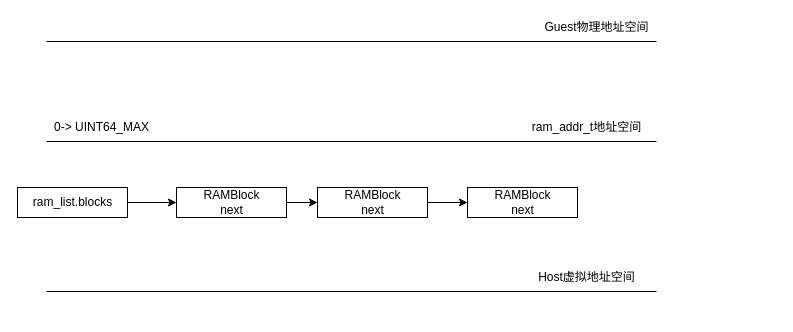
Above: page "RAMBlock结构" (2 of 3) of QEMU/QEMU-MEMORY.drawio in youtubezou/A-thinking-in-linux (draw.io), before the change. Source tidied: cells renumbered, new cells numbered last; positions are measured from the earlier drawing's top-left corner, leaving out a move shared by most shapes. Both pictures are drawn from the tidied source at 100%, with x=0, y=0 at pixel (17, 17).
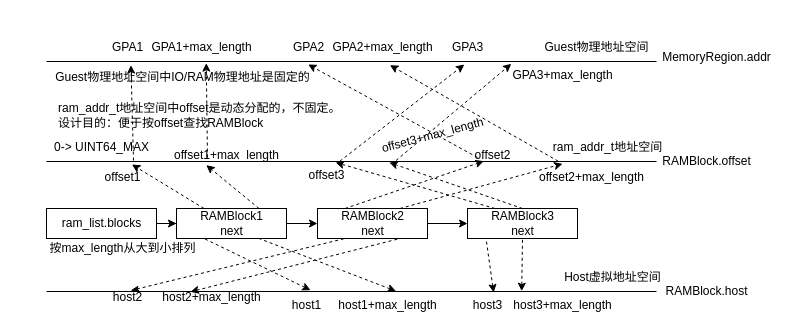
After the change.

The change refers to these unchanged cells:
```xml
<mxCell id="5" style="line;strokeWidth=1;fillColor=none;align=left;verticalAlign=middle;spacingTop=-1;spacingLeft=3;spacingRight=3;labelPosition=right;points=[];portConstraint=eastwest;" parent="1" vertex="1">
  <mxGeometry x="29" y="270" width="610" height="8" as="geometry" />
</mxCell>
```

The edit, as a diff of the source:
```diff
@@
     <mxCell id="2" style="line;strokeWidth=1;fillColor=none;align=left;verticalAlign=middle;spacingTop=-1;spacingLeft=3;spacingRight=3;labelPosition=right;points=[];portConstraint=eastwest;" parent="1" vertex="1">
-      <mxGeometry x="29" y="120" width="610" height="8" as="geometry" />
+      <mxGeometry x="29" y="140" width="610" height="8" as="geometry" />
     </mxCell>
     <mxCell id="3" value="0-&amp;gt; UINT64_MAX" style="text;html=1;align=center;verticalAlign=middle;points=[];strokeColor=none;fillColor=none;" parent="1" vertex="1">
-      <mxGeometry x="29" y="100" width="110" height="20" as="geometry" />
+      <mxGeometry x="29" y="120" width="110" height="20" as="geometry" />
     </mxCell>
     <mxCell id="4" value="ram_addr_t地址空间" style="text;html=1;align=center;verticalAlign=middle;points=[];strokeColor=none;fillColor=none;" parent="1" vertex="1">
-      <mxGeometry x="509" y="100" width="120" height="20" as="geometry" />
+      <mxGeometry x="530" y="120" width="120" height="20" as="geometry" />
     </mxCell>
@@
     <mxCell id="6" value="Host虚拟地址空间" style="text;html=1;align=center;verticalAlign=middle;strokeColor=none;fillColor=none;" parent="1" vertex="1">
-      <mxGeometry x="514" y="250" width="110" height="20" as="geometry" />
+      <mxGeometry x="540" y="250" width="110" height="20" as="geometry" />
     </mxCell>
@@
     <mxCell id="8" value="ram_list.blocks" style="html=1;fillColor=none;" parent="1" vertex="1">
-      <mxGeometry y="170" width="110" height="30" as="geometry" />
+      <mxGeometry x="29" y="191" width="110" height="30" as="geometry" />
     </mxCell>
@@
-    <mxCell id="10" value="RAMBlock&lt;br&gt;next" style="html=1;fillColor=none;" parent="1" vertex="1">
-      <mxGeometry x="159" y="170" width="110" height="30" as="geometry" />
+    <mxCell id="10" value="RAMBlock1&lt;br&gt;next" style="html=1;fillColor=none;" parent="1" vertex="1">
+      <mxGeometry x="159" y="191" width="110" height="30" as="geometry" />
     </mxCell>
     <mxCell id="11" style="line;strokeWidth=1;fillColor=none;align=left;verticalAlign=middle;spacingTop=-1;spacingLeft=3;spacingRight=3;labelPosition=right;points=[];portConstraint=eastwest;" parent="1" vertex="1">
-      <mxGeometry x="29" y="20" width="610" height="8" as="geometry" />
+      <mxGeometry x="29" y="40" width="610" height="8" as="geometry" />
     </mxCell>
     <mxCell id="12" value="Guest物理地址空间" style="text;html=1;align=center;verticalAlign=middle;strokeColor=none;fillColor=none;" parent="1" vertex="1">
-      <mxGeometry x="519" width="120" height="20" as="geometry" />
+      <mxGeometry x="519" y="20" width="120" height="20" as="geometry" />
     </mxCell>
@@
-    <mxCell id="14" value="RAMBlock&lt;br&gt;next" style="html=1;fillColor=none;" parent="1" vertex="1">
-      <mxGeometry x="300" y="170" width="110" height="30" as="geometry" />
+    <mxCell id="14" value="RAMBlock2&lt;br&gt;next" style="html=1;fillColor=none;" parent="1" vertex="1">
+      <mxGeometry x="300" y="191" width="110" height="30" as="geometry" />
     </mxCell>
-    <mxCell id="15" value="RAMBlock&lt;br&gt;next" style="html=1;fillColor=none;" parent="1" vertex="1">
-      <mxGeometry x="450" y="170" width="110" height="30" as="geometry" />
+    <mxCell id="15" value="RAMBlock3&lt;br&gt;next" style="html=1;fillColor=none;" parent="1" vertex="1">
+      <mxGeometry x="450" y="191" width="110" height="30" as="geometry" />
     </mxCell>
+    <mxCell id="16" style="endArrow=none;html=1;rounded=0;exitX=0.433;exitY=0.708;exitDx=0;exitDy=0;exitPerimeter=0;entryX=0.25;entryY=1;entryDx=0;entryDy=0;dashed=1;startArrow=classic;startFill=1;" parent="1" edge="1" target="10">
+      <mxGeometry relative="1" as="geometry">
+        <mxPoint x="293.1" y="272.7" as="sourcePoint" />
+      </mxGeometry>
+    </mxCell>
+    <mxCell id="17" style="endArrow=none;html=1;rounded=0;exitX=0.573;exitY=0.458;exitDx=0;exitDy=0;exitPerimeter=0;entryX=0.75;entryY=1;entryDx=0;entryDy=0;dashed=1;startArrow=classic;startFill=1;" parent="1" edge="1" source="5" target="10">
+      <mxGeometry relative="1" as="geometry" />
+    </mxCell>
+    <mxCell id="18" value="host1" style="text;html=1;align=center;verticalAlign=middle;strokeColor=none;fillColor=none;" parent="1" vertex="1">
+      <mxGeometry x="269" y="278" width="40" height="20" as="geometry" />
+    </mxCell>
+    <mxCell id="19" value="host1+max_length" style="text;html=1;align=center;verticalAlign=middle;strokeColor=none;fillColor=none;" parent="1" vertex="1">
+      <mxGeometry x="315" y="278" width="110" height="20" as="geometry" />
+    </mxCell>
+    <mxCell id="20" style="endArrow=none;html=1;rounded=0;exitX=0.138;exitY=0.375;exitDx=0;exitDy=0;exitPerimeter=0;dashed=1;startArrow=classicThin;startFill=1;entryX=0.25;entryY=1;entryDx=0;entryDy=0;" parent="1" edge="1" source="5" target="14">
+      <mxGeometry relative="1" as="geometry" />
+    </mxCell>
+    <mxCell id="21" style="endArrow=none;html=1;rounded=0;exitX=0.236;exitY=0.542;exitDx=0;exitDy=0;exitPerimeter=0;entryX=0.75;entryY=1;entryDx=0;entryDy=0;dashed=1;startArrow=classic;startFill=1;" parent="1" edge="1" source="5" target="14">
+      <mxGeometry relative="1" as="geometry" />
+    </mxCell>
+    <mxCell id="22" value="host2" style="text;html=1;align=center;verticalAlign=middle;strokeColor=none;fillColor=none;" parent="1" vertex="1">
+      <mxGeometry x="90" y="270" width="40" height="20" as="geometry" />
+    </mxCell>
+    <mxCell id="23" value="host2+max_length" style="text;html=1;align=center;verticalAlign=middle;strokeColor=none;fillColor=none;" parent="1" vertex="1">
+      <mxGeometry x="139" y="270" width="110" height="20" as="geometry" />
+    </mxCell>
+    <mxCell id="24" style="endArrow=none;html=1;rounded=0;entryX=0.17;entryY=1.033;entryDx=0;entryDy=0;entryPerimeter=0;exitX=0.733;exitY=0.625;exitDx=0;exitDy=0;exitPerimeter=0;startArrow=classic;startFill=1;dashed=1;" parent="1" edge="1" source="5" target="15">
+      <mxGeometry relative="1" as="geometry" />
+    </mxCell>
+    <mxCell id="25" style="endArrow=none;html=1;rounded=0;entryX=0.5;entryY=1;entryDx=0;entryDy=0;startArrow=classic;startFill=1;dashed=1;exitX=0.779;exitY=0.458;exitDx=0;exitDy=0;exitPerimeter=0;" parent="1" edge="1" source="5" target="15">
+      <mxGeometry relative="1" as="geometry" />
+    </mxCell>
+    <mxCell id="26" value="host3" style="text;html=1;align=center;verticalAlign=middle;strokeColor=none;fillColor=none;" parent="1" vertex="1">
+      <mxGeometry x="450" y="278" width="40" height="20" as="geometry" />
+    </mxCell>
+    <mxCell id="27" value="host3+max_length" style="text;html=1;align=center;verticalAlign=middle;strokeColor=none;fillColor=none;" parent="1" vertex="1">
+      <mxGeometry x="490" y="278" width="110" height="20" as="geometry" />
+    </mxCell>
+    <mxCell id="28" value="按max_length从大到小排列" style="text;html=1;align=center;verticalAlign=middle;strokeColor=none;fillColor=none;" parent="1" vertex="1">
+      <mxGeometry x="25" y="221" width="160" height="20" as="geometry" />
+    </mxCell>
+    <mxCell id="29" style="endArrow=classic;html=1;rounded=0;dashed=1;exitX=0.25;exitY=0;exitDx=0;exitDy=0;entryX=0.14;entryY=0.875;entryDx=0;entryDy=0;entryPerimeter=0;" parent="1" edge="1" source="10" target="2">
+      <mxGeometry relative="1" as="geometry" />
+    </mxCell>
+    <mxCell id="30" value="offset1" style="text;html=1;align=center;verticalAlign=middle;strokeColor=none;fillColor=none;" parent="1" vertex="1">
+      <mxGeometry x="80" y="150" width="50" height="20" as="geometry" />
+    </mxCell>
+    <mxCell id="31" style="endArrow=classic;html=1;rounded=0;dashed=1;exitX=0.75;exitY=0;exitDx=0;exitDy=0;entryX=0.262;entryY=0.958;entryDx=0;entryDy=0;entryPerimeter=0;" parent="1" edge="1" source="10" target="2">
+      <mxGeometry relative="1" as="geometry" />
+    </mxCell>
+    <mxCell id="32" value="offset1+max_length" style="text;html=1;align=center;verticalAlign=middle;strokeColor=none;fillColor=none;" parent="1" vertex="1">
+      <mxGeometry x="149" y="128" width="120" height="20" as="geometry" />
+    </mxCell>
+    <mxCell id="33" style="endArrow=classic;html=1;rounded=0;dashed=1;exitX=0.25;exitY=0;exitDx=0;exitDy=0;entryX=0.717;entryY=0.458;entryDx=0;entryDy=0;entryPerimeter=0;" parent="1" edge="1" source="14" target="2">
+      <mxGeometry relative="1" as="geometry" />
+    </mxCell>
+    <mxCell id="34" style="endArrow=classic;html=1;rounded=0;dashed=1;exitX=0.75;exitY=0;exitDx=0;exitDy=0;entryX=0.846;entryY=0.792;entryDx=0;entryDy=0;entryPerimeter=0;" parent="1" edge="1" source="14" target="2">
+      <mxGeometry relative="1" as="geometry" />
+    </mxCell>
+    <mxCell id="35" value="offset2" style="text;html=1;align=center;verticalAlign=middle;strokeColor=none;fillColor=none;" parent="1" vertex="1">
+      <mxGeometry x="450" y="128" width="50" height="20" as="geometry" />
+    </mxCell>
+    <mxCell id="36" value="offset2+max_length" style="text;html=1;align=center;verticalAlign=middle;strokeColor=none;fillColor=none;" parent="1" vertex="1">
+      <mxGeometry x="514" y="150" width="120" height="20" as="geometry" />
+    </mxCell>
+    <mxCell id="37" style="endArrow=classic;html=1;rounded=0;dashed=1;exitX=0.25;exitY=0;exitDx=0;exitDy=0;entryX=0.474;entryY=0.625;entryDx=0;entryDy=0;entryPerimeter=0;" parent="1" edge="1" source="15" target="2">
+      <mxGeometry relative="1" as="geometry" />
+    </mxCell>
+    <mxCell id="38" style="endArrow=classic;html=1;rounded=0;dashed=1;exitX=0.5;exitY=0;exitDx=0;exitDy=0;entryX=0.562;entryY=0.625;entryDx=0;entryDy=0;entryPerimeter=0;" parent="1" edge="1" source="15" target="2">
+      <mxGeometry relative="1" as="geometry" />
+    </mxCell>
+    <mxCell id="39" value="offset3" style="text;html=1;align=center;verticalAlign=middle;strokeColor=none;fillColor=none;" parent="1" vertex="1">
+      <mxGeometry x="284" y="148" width="50" height="20" as="geometry" />
+    </mxCell>
+    <mxCell id="40" value="offset3+max_length" style="text;html=1;align=center;verticalAlign=middle;strokeColor=none;fillColor=none;rotation=-15;" parent="1" vertex="1">
+      <mxGeometry x="355" y="108" width="120" height="20" as="geometry" />
+    </mxCell>
+    <mxCell id="41" value="ram_addr_t地址空间中offset是动态分配的，不固定。&lt;br&gt;设计目的：便于按offset查找RAMBlock" style="text;html=1;align=left;verticalAlign=middle;strokeColor=none;fillColor=none;" parent="1" vertex="1">
+      <mxGeometry x="39" y="83" width="300" height="30" as="geometry" />
+    </mxCell>
+    <mxCell id="42" value="Guest物理地址空间中IO/RAM物理地址是固定的" style="text;html=1;align=center;verticalAlign=middle;points=[];strokeColor=none;fillColor=none;" parent="1" vertex="1">
+      <mxGeometry x="30" y="50" width="270" height="20" as="geometry" />
+    </mxCell>
+    <mxCell id="43" style="endArrow=classic;html=1;rounded=0;dashed=1;exitX=0.791;exitY=1.15;exitDx=0;exitDy=0;exitPerimeter=0;entryX=0.309;entryY=-0.117;entryDx=0;entryDy=0;entryPerimeter=0;" parent="1" edge="1" source="3" target="42">
+      <mxGeometry relative="1" as="geometry" />
+    </mxCell>
+    <mxCell id="44" style="endArrow=classic;html=1;rounded=0;dashed=1;entryX=0.588;entryY=-0.217;entryDx=0;entryDy=0;entryPerimeter=0;" parent="1" edge="1" target="42">
+      <mxGeometry relative="1" as="geometry">
+        <mxPoint x="190" y="140" as="sourcePoint" />
+      </mxGeometry>
+    </mxCell>
+    <mxCell id="45" value="GPA1" style="text;html=1;align=center;verticalAlign=middle;strokeColor=none;fillColor=none;" parent="1" vertex="1">
+      <mxGeometry x="85" y="20" width="50" height="20" as="geometry" />
+    </mxCell>
+    <mxCell id="46" value="GPA1+max_length" style="text;html=1;align=center;verticalAlign=middle;strokeColor=none;fillColor=none;" parent="1" vertex="1">
+      <mxGeometry x="124" y="20" width="120" height="20" as="geometry" />
+    </mxCell>
+    <mxCell id="47" style="endArrow=classic;html=1;rounded=0;dashed=1;entryX=0.429;entryY=0.875;entryDx=0;entryDy=0;entryPerimeter=0;" parent="1" edge="1" target="11">
+      <mxGeometry relative="1" as="geometry">
+        <mxPoint x="460" y="140" as="sourcePoint" />
+      </mxGeometry>
+    </mxCell>
+    <mxCell id="48" style="endArrow=classic;html=1;rounded=0;dashed=1;exitX=0.089;exitY=1.183;exitDx=0;exitDy=0;exitPerimeter=0;entryX=0.563;entryY=0.958;entryDx=0;entryDy=0;entryPerimeter=0;" parent="1" edge="1" source="4" target="11">
+      <mxGeometry relative="1" as="geometry" />
+    </mxCell>
+    <mxCell id="49" value="GPA2" style="text;html=1;align=center;verticalAlign=middle;strokeColor=none;fillColor=none;" parent="1" vertex="1">
+      <mxGeometry x="266" y="20" width="50" height="20" as="geometry" />
+    </mxCell>
+    <mxCell id="50" value="GPA2+max_length" style="text;html=1;align=center;verticalAlign=middle;strokeColor=none;fillColor=none;" parent="1" vertex="1">
+      <mxGeometry x="305" y="20" width="120" height="20" as="geometry" />
+    </mxCell>
+    <mxCell id="51" style="endArrow=classic;html=1;rounded=0;dashed=1;exitX=0.481;exitY=0.458;exitDx=0;exitDy=0;exitPerimeter=0;entryX=0.685;entryY=0.875;entryDx=0;entryDy=0;entryPerimeter=0;" parent="1" edge="1" source="2" target="11">
+      <mxGeometry relative="1" as="geometry" />
+    </mxCell>
+    <mxCell id="52" style="endArrow=classic;html=1;rounded=0;dashed=1;exitX=0.573;exitY=0.375;exitDx=0;exitDy=0;exitPerimeter=0;entryX=0.762;entryY=0.792;entryDx=0;entryDy=0;entryPerimeter=0;" parent="1" edge="1" source="2" target="11">
+      <mxGeometry relative="1" as="geometry" />
+    </mxCell>
+    <mxCell id="53" value="GPA3" style="text;html=1;align=center;verticalAlign=middle;strokeColor=none;fillColor=none;" parent="1" vertex="1">
+      <mxGeometry x="425" y="20" width="50" height="20" as="geometry" />
+    </mxCell>
+    <mxCell id="54" value="GPA3+max_length" style="text;html=1;align=center;verticalAlign=middle;strokeColor=none;fillColor=none;" parent="1" vertex="1">
+      <mxGeometry x="485" y="48" width="120" height="20" as="geometry" />
+    </mxCell>
+    <mxCell id="55" value="MemoryRegion.addr" style="text;html=1;align=center;verticalAlign=middle;strokeColor=none;fillColor=none;" parent="1" vertex="1">
+      <mxGeometry x="639" y="30" width="120" height="20" as="geometry" />
+    </mxCell>
+    <mxCell id="56" value="RAMBlock.offset" style="text;html=1;align=center;verticalAlign=middle;strokeColor=none;fillColor=none;" parent="1" vertex="1">
+      <mxGeometry x="639" y="134" width="100" height="20" as="geometry" />
+    </mxCell>
+    <mxCell id="57" value="RAMBlock.host" style="text;html=1;align=center;verticalAlign=middle;strokeColor=none;fillColor=none;" parent="1" vertex="1">
+      <mxGeometry x="639" y="264" width="100" height="20" as="geometry" />
+    </mxCell>
```
